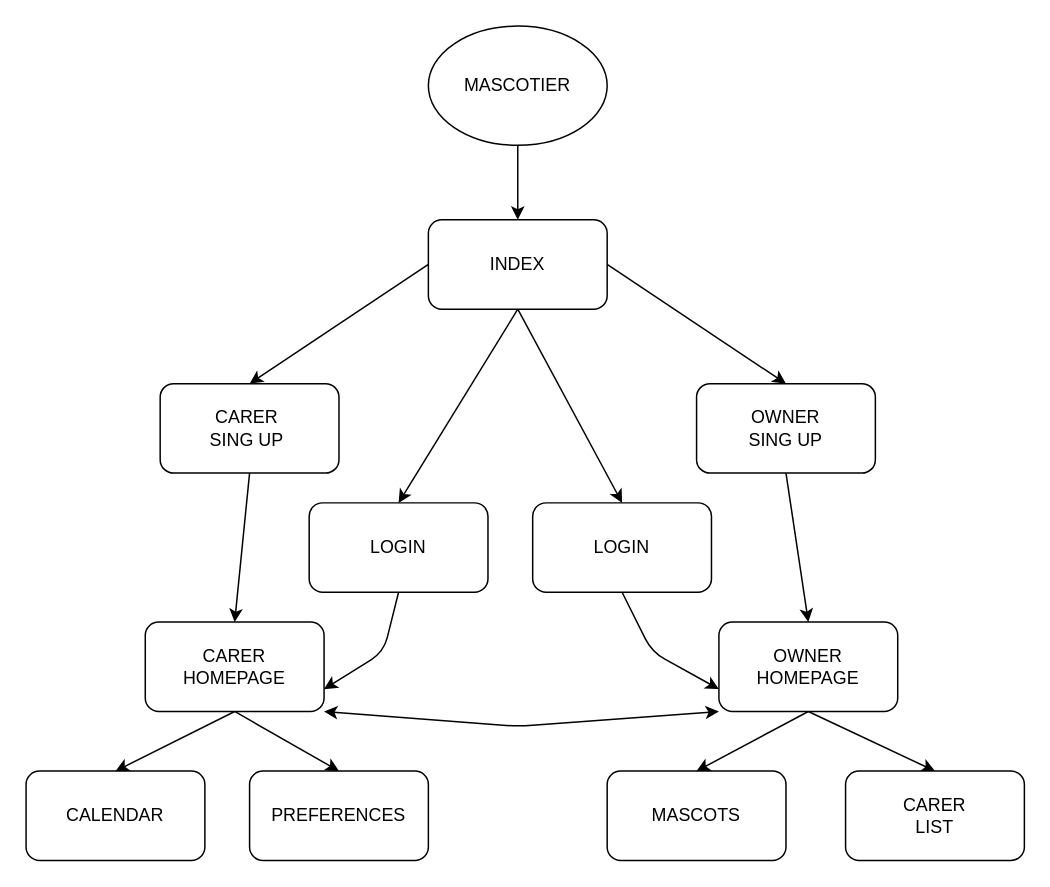
This is Docs/SiteMap/SiteMap.drawio from iagogonzalezborines/MascoTier_Project, a draw.io file, before an edit. Source tidied: cells renumbered, new cells numbered last; positions are measured from the earlier drawing's top-left corner, leaving out a move shared by most shapes. Both pictures are drawn from the tidied source at 149%, with x=0, y=0 at pixel (25, 25).
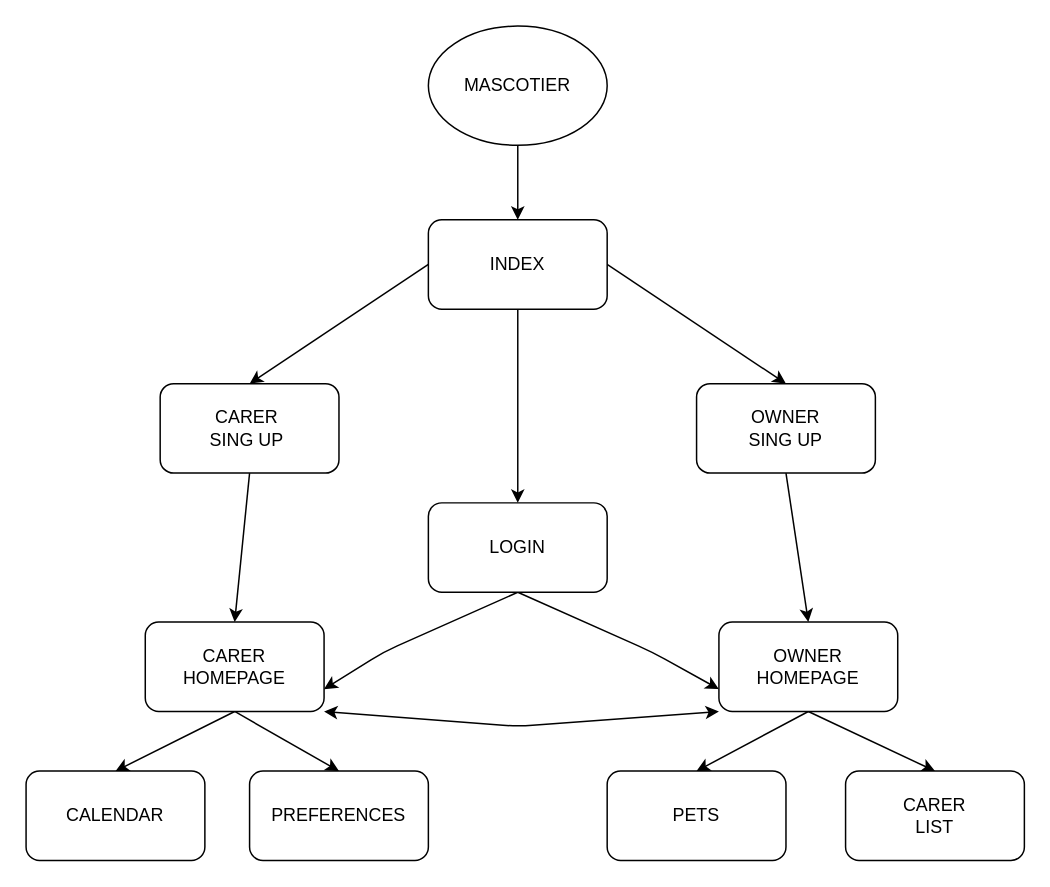
The same diagram, later.

Commit message (it also covers changes not shown here):
Updated SQL Script added pet rating and Updated Sitemap

The change refers to these unchanged cells:
```xml
<mxCell id="6" value="INDEX" style="rounded=1;whiteSpace=wrap;html=1;" parent="1" vertex="1">
  <mxGeometry x="270" y="130" width="120" height="60" as="geometry" />
</mxCell>
<mxCell id="19" value="CARER&lt;br&gt;HOMEPAGE" style="rounded=1;whiteSpace=wrap;html=1;" parent="1" vertex="1">
  <mxGeometry x="80" y="400" width="120" height="60" as="geometry" />
</mxCell>
```

The edit, as a diff of the source:
```diff
@@
-    <mxCell id="4" style="edgeStyle=none;html=1;exitX=0.5;exitY=1;exitDx=0;exitDy=0;entryX=0.5;entryY=0;entryDx=0;entryDy=0;startArrow=none;startFill=0;" parent="1" edge="1" source="6" target="22">
+    <mxCell id="4" style="edgeStyle=none;html=1;exitX=0.5;exitY=1;exitDx=0;exitDy=0;entryX=0.5;entryY=0;entryDx=0;entryDy=0;startArrow=none;startFill=0;" parent="1" edge="1" source="6" target="25">
       <mxGeometry relative="1" as="geometry" />
     </mxCell>
-    <mxCell id="5" style="edgeStyle=none;html=1;exitX=0.5;exitY=1;exitDx=0;exitDy=0;entryX=0.5;entryY=0;entryDx=0;entryDy=0;startArrow=none;startFill=0;" parent="1" edge="1" source="6" target="25">
-      <mxGeometry relative="1" as="geometry" />
-    </mxCell>
@@
-    <mxCell id="21" style="edgeStyle=none;html=1;exitX=0.5;exitY=1;exitDx=0;exitDy=0;entryX=1;entryY=0.75;entryDx=0;entryDy=0;" parent="1" edge="1" source="22" target="19">
+    <mxCell id="21" style="edgeStyle=none;html=1;exitX=0.5;exitY=1;exitDx=0;exitDy=0;entryX=1;entryY=0.75;entryDx=0;entryDy=0;" parent="1" edge="1" source="25" target="19">
       <mxGeometry relative="1" as="geometry">
         <Array as="points">
           <mxPoint x="240" y="420" />
         </Array>
       </mxGeometry>
     </mxCell>
-    <mxCell id="22" value="LOGIN" style="rounded=1;whiteSpace=wrap;html=1;" parent="1" vertex="1">
-      <mxGeometry x="190" y="320" width="120" height="60" as="geometry" />
-    </mxCell>
-    <mxCell id="23" value="MASCOTS" style="rounded=1;whiteSpace=wrap;html=1;" parent="1" vertex="1">
+    <mxCell id="23" value="PETS" style="rounded=1;whiteSpace=wrap;html=1;" parent="1" vertex="1">
       <mxGeometry x="390" y="500" width="120" height="60" as="geometry" />
     </mxCell>
@@
     <mxCell id="25" value="LOGIN" style="rounded=1;whiteSpace=wrap;html=1;" parent="1" vertex="1">
-      <mxGeometry x="340" y="320" width="120" height="60" as="geometry" />
+      <mxGeometry x="270" y="320" width="120" height="60" as="geometry" />
     </mxCell>
```
